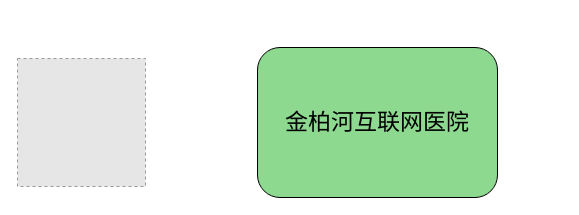
Above: jbh/互联网医院价值.drawio in GitHeP/diagrams (draw.io), before the change. Source tidied: cells renumbered, new cells numbered last; positions are measured from the earlier drawing's top-left corner, leaving out a move shared by most shapes. Both pictures are drawn from the tidied source at 100%, with x=0, y=0 at pixel (17, 47). Pictures stored in the file or linked from it are replaced by grey dashed boxes.
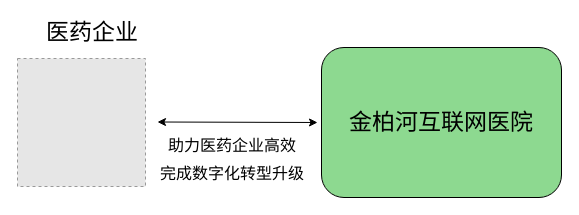
The same page after the edit.

Commit message (it also covers changes not shown here):
更新互联网医院价值.drawio

Diff of the diagram source:
```diff
@@
 <mxGraphModel>
   <root>
     <mxCell id="0" />
     <mxCell id="1" parent="0" />
     <mxCell id="2" value="金柏河互联网医院" style="rounded=1;whiteSpace=wrap;html=1;fontSize=23;fillColor=#8DD990;" parent="1" vertex="1">
-      <mxGeometry x="240" width="240" height="150" as="geometry" />
+      <mxGeometry x="304" width="240" height="150" as="geometry" />
     </mxCell>
     <mxCell id="3" style="fillColor=#E6E6E6;strokeColor=#999999;dashed=1;html=1;verticalAlign=top;verticalLabelPosition=bottom;labelBackgroundColor=#ffffff;fontSize=23;" parent="1" vertex="1">
       <mxGeometry y="11" width="128" height="128" as="geometry" />
     </mxCell>
+    <mxCell id="4" value="医药企业" style="text;html=1;strokeColor=none;fillColor=none;align=center;verticalAlign=middle;whiteSpace=wrap;rounded=0;fontSize=23;" parent="1" vertex="1">
+      <mxGeometry x="22" y="-30" width="106" height="30" as="geometry" />
+    </mxCell>
+    <mxCell id="5" style="endArrow=classic;startArrow=classic;html=1;rounded=0;fontSize=23;" parent="1" edge="1">
+      <mxGeometry relative="1" as="geometry">
+        <mxPoint x="140" y="74.5" as="sourcePoint" />
+        <mxPoint x="300" y="75" as="targetPoint" />
+      </mxGeometry>
+    </mxCell>
+    <mxCell id="6" value="&lt;font style=&quot;font-size: 16px;&quot;&gt;助力医药企业高效&lt;br&gt;完成数字化转型升级&lt;/font&gt;" style="text;html=1;strokeColor=none;fillColor=none;align=center;verticalAlign=middle;whiteSpace=wrap;rounded=0;fontSize=23;" parent="1" vertex="1">
+      <mxGeometry x="100" y="90" width="230" height="40" as="geometry" />
+    </mxCell>
   </root>
 </mxGraphModel>
```
